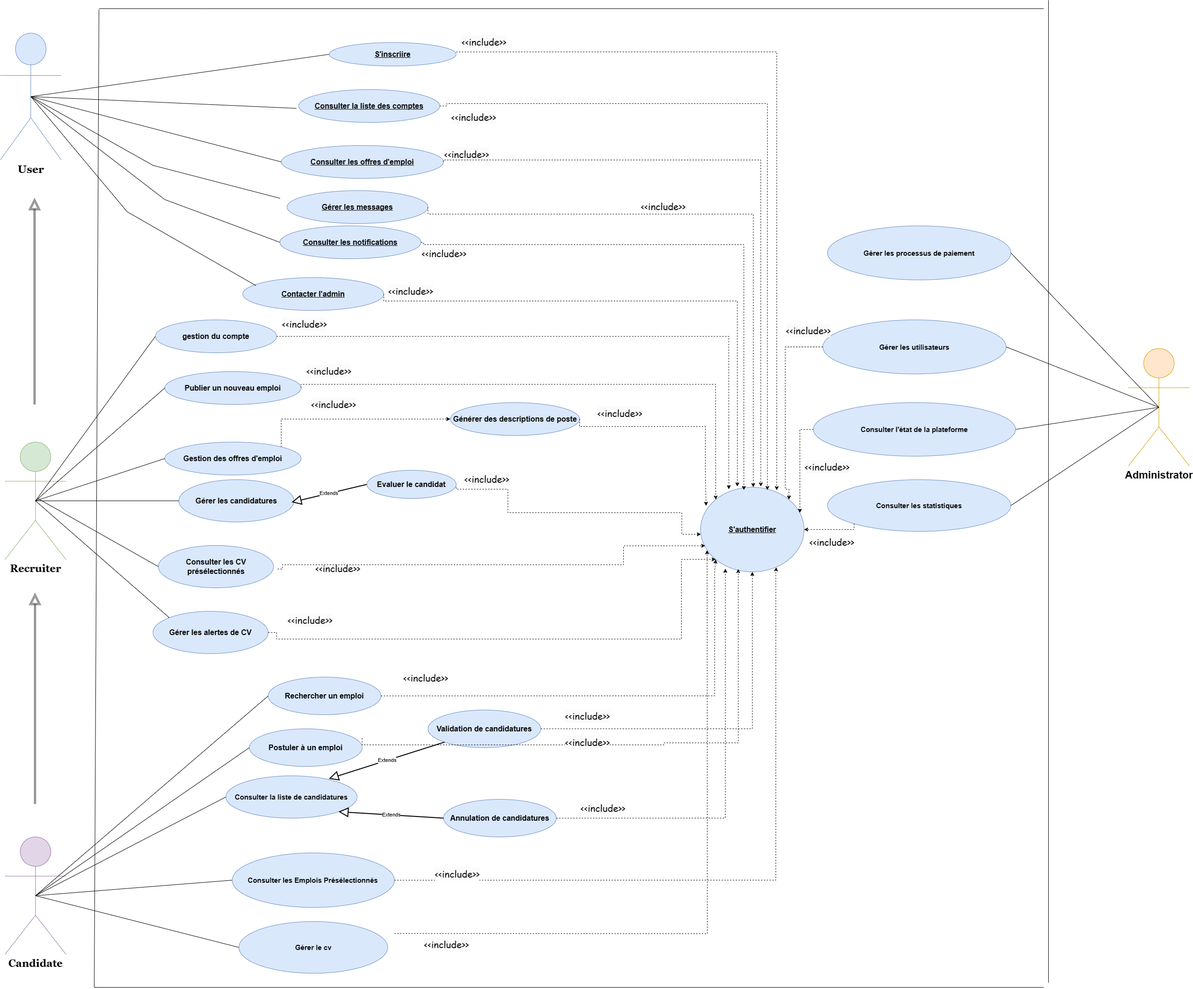
Above: Diagramme cas d'utilisation.drawio.png in chirine1/-project (draw.io), before the change. Source tidied: cells renumbered, new cells last; positions are measured from the earlier drawing's top-left corner, leaving out a move shared by most shapes.
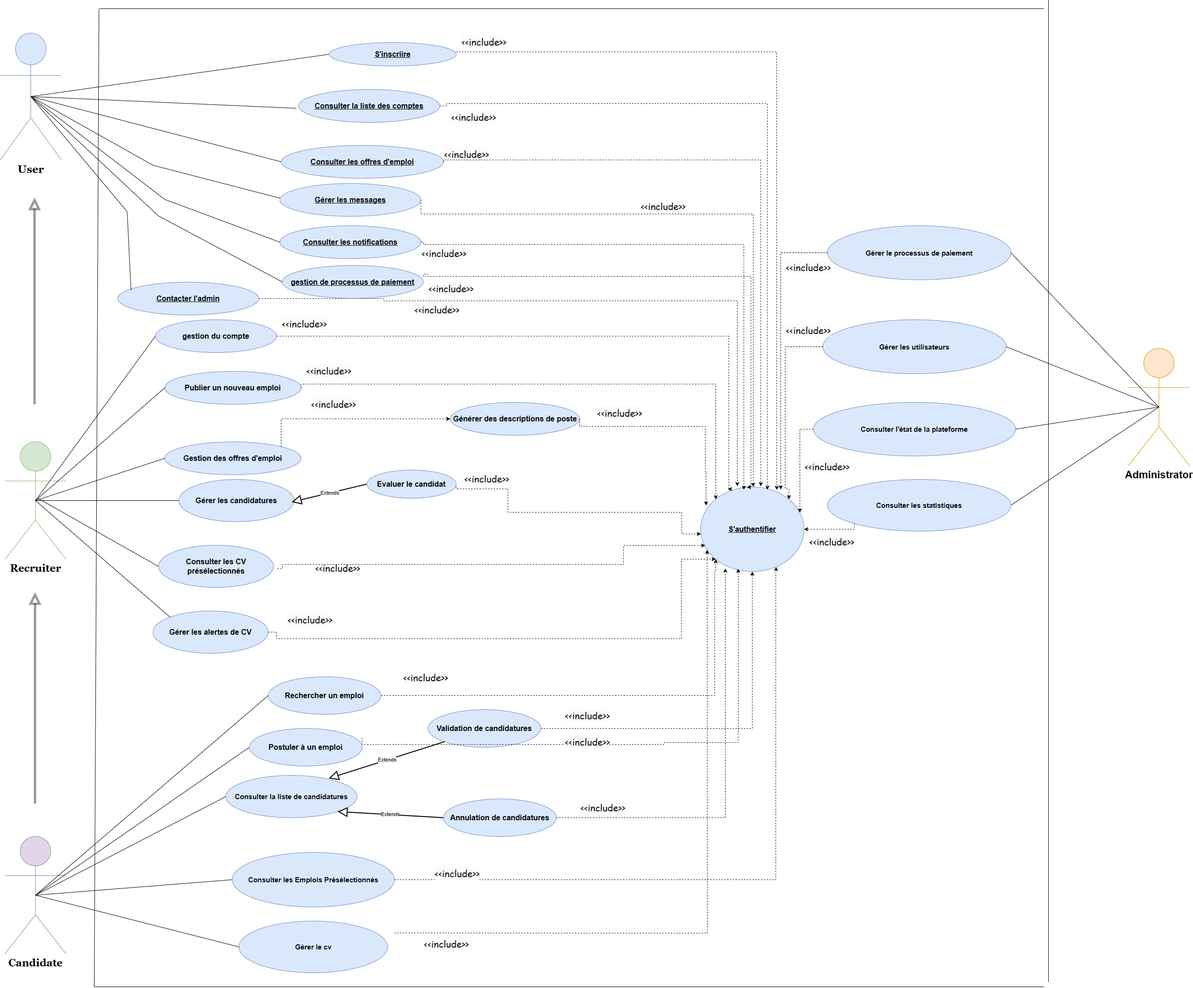
After the change.

Commit message:
Mettre à jour Diagramme cas d'utilisation.drawio.png

The edit, as a diff of the source:
```diff
@@ -188,13 +188,13 @@
       <mxGeometry x="598" y="309" width="345" height="70" as="geometry" />
     </mxCell>
     <mxCell id="43" value="&lt;font face=&quot;Helvetica&quot; style=&quot;font-size: 16px;&quot;&gt;&lt;b style=&quot;&quot;&gt;Gérer les messages&lt;/b&gt;&lt;/font&gt;" style="ellipse;whiteSpace=wrap;html=1;align=center;fontStyle=4;fillColor=#dae8fc;strokeColor=#6c8ebf;" parent="1" vertex="1">
-      <mxGeometry x="610" y="405" width="300" height="70" as="geometry" />
+      <mxGeometry x="595" y="390" width="300" height="70" as="geometry" />
     </mxCell>
     <mxCell id="44" value="&lt;font face=&quot;Helvetica&quot; style=&quot;font-size: 16px;&quot;&gt;&lt;b style=&quot;&quot;&gt;Consulter les notifications&lt;/b&gt;&lt;/font&gt;" style="ellipse;whiteSpace=wrap;html=1;align=center;fontStyle=4;fillColor=#dae8fc;strokeColor=#6c8ebf;" parent="1" vertex="1">
       <mxGeometry x="595" y="480" width="300" height="70" as="geometry" />
     </mxCell>
     <mxCell id="45" value="&lt;font face=&quot;Helvetica&quot; style=&quot;font-size: 16px;&quot;&gt;&lt;b style=&quot;&quot;&gt;Contacter l'admin&lt;/b&gt;&lt;/font&gt;" style="ellipse;whiteSpace=wrap;html=1;align=center;fontStyle=4;fillColor=#dae8fc;strokeColor=#6c8ebf;" parent="1" vertex="1">
-      <mxGeometry x="516" y="590" width="300" height="70" as="geometry" />
+      <mxGeometry x="250" y="600" width="300" height="70" as="geometry" />
     </mxCell>
     <mxCell id="46" value="&lt;span style=&quot;font-size: 16px;&quot;&gt;&lt;b&gt;Consulter les CV présélectionnés&lt;/b&gt;&lt;/span&gt;" style="ellipse;whiteSpace=wrap;html=1;fillColor=#dae8fc;strokeColor=#6c8ebf;" parent="1" vertex="1">
       <mxGeometry x="336.5" y="1160" width="245" height="90" as="geometry" />
@@ -337,7 +337,7 @@
       </mxGeometry>
     </mxCell>
     <mxCell id="71" value="&lt;span style=&quot;color: rgb(0, 0, 0); font-family: &amp;quot;Comic Sans MS&amp;quot;; font-size: 20px; font-style: normal; font-variant-ligatures: normal; font-variant-caps: normal; font-weight: 400; letter-spacing: normal; orphans: 2; text-align: center; text-indent: 0px; text-transform: none; widows: 2; word-spacing: 0px; -webkit-text-stroke-width: 0px; background-color: rgb(251, 251, 251); text-decoration-thickness: initial; text-decoration-style: initial; text-decoration-color: initial; float: none; display: inline !important;&quot;&gt;&amp;lt;&amp;lt;include&amp;gt;&amp;gt;&lt;/span&gt;" style="text;whiteSpace=wrap;html=1;" parent="1" vertex="1">
-      <mxGeometry x="824.2" y="600" width="130" height="50" as="geometry" />
+      <mxGeometry x="880" y="640" width="130" height="50" as="geometry" />
     </mxCell>
     <mxCell id="72" value="&lt;span style=&quot;color: rgb(0, 0, 0); font-family: &amp;quot;Comic Sans MS&amp;quot;; font-size: 20px; font-style: normal; font-variant-ligatures: normal; font-variant-caps: normal; font-weight: 400; letter-spacing: normal; orphans: 2; text-align: center; text-indent: 0px; text-transform: none; widows: 2; word-spacing: 0px; -webkit-text-stroke-width: 0px; background-color: rgb(251, 251, 251); text-decoration-thickness: initial; text-decoration-style: initial; text-decoration-color: initial; float: none; display: inline !important;&quot;&gt;&amp;lt;&amp;lt;include&amp;gt;&amp;gt;&lt;/span&gt;" style="text;whiteSpace=wrap;html=1;" parent="1" vertex="1">
       <mxGeometry x="895" y="520" width="130" height="50" as="geometry" />
@@ -474,11 +474,42 @@
     <mxCell id="106" value="&#10;&lt;span style=&quot;color: rgb(0, 0, 0); font-family: &amp;quot;Comic Sans MS&amp;quot;; font-size: 20px; font-style: normal; font-variant-ligatures: normal; font-variant-caps: normal; font-weight: 400; letter-spacing: normal; orphans: 2; text-align: center; text-indent: 0px; text-transform: none; widows: 2; word-spacing: 0px; -webkit-text-stroke-width: 0px; background-color: rgb(251, 251, 251); text-decoration-thickness: initial; text-decoration-style: initial; text-decoration-color: initial; float: none; display: inline !important;&quot;&gt;&amp;lt;&amp;lt;include&amp;gt;&amp;gt;&lt;/span&gt;&#10;&#10;" style="text;whiteSpace=wrap;html=1;" parent="1" vertex="1">
       <mxGeometry x="1710" y="960" width="110" height="50" as="geometry" />
     </mxCell>
-    <mxCell id="107" value="&lt;b&gt;&lt;font style=&quot;font-size: 15px;&quot;&gt;Gérer les processus de paiement&lt;/font&gt;&lt;/b&gt;" style="ellipse;whiteSpace=wrap;html=1;align=center;fillColor=#dae8fc;strokeColor=#6c8ebf;" parent="1" vertex="1">
+    <mxCell id="107" value="&lt;b&gt;&lt;font style=&quot;font-size: 15px;&quot;&gt;Gérer le processus de paiement&lt;/font&gt;&lt;/b&gt;" style="ellipse;whiteSpace=wrap;html=1;align=center;fillColor=#dae8fc;strokeColor=#6c8ebf;" parent="1" vertex="1">
       <mxGeometry x="1760" y="480" width="390" height="115" as="geometry" />
     </mxCell>
     <mxCell id="108" style="endArrow=none;html=1;rounded=0;entryX=0.5;entryY=0.5;entryDx=0;entryDy=0;exitX=1;exitY=0.5;exitDx=0;exitDy=0;entryPerimeter=0;" parent="1" edge="1" source="107" target="23">
       <mxGeometry relative="1" as="geometry" />
     </mxCell>
+    <mxCell id="109" value="&lt;font face=&quot;Helvetica&quot; style=&quot;font-size: 16px;&quot;&gt;&lt;b style=&quot;&quot;&gt;gestion de processus de paiement&lt;/b&gt;&lt;/font&gt;" style="ellipse;whiteSpace=wrap;html=1;align=center;fontStyle=4;fillColor=#dae8fc;strokeColor=#6c8ebf;" parent="1" vertex="1">
+      <mxGeometry x="600" y="564.5" width="300" height="70" as="geometry" />
+    </mxCell>
+    <mxCell id="110" style="endArrow=none;html=1;rounded=0;entryX=0;entryY=0.5;entryDx=0;entryDy=0;" parent="1" edge="1" target="109">
+      <mxGeometry relative="1" as="geometry">
+        <mxPoint x="70" y="210" as="sourcePoint" />
+        <Array as="points">
+          <mxPoint x="336.5" y="459" />
+        </Array>
+      </mxGeometry>
+    </mxCell>
+    <mxCell id="111" style="edgeStyle=orthogonalEdgeStyle;rounded=0;jettySize=auto;html=1;exitX=1;exitY=0.5;exitDx=0;exitDy=0;dashed=1;entryX=0.447;entryY=0.002;entryDx=0;entryDy=0;entryPerimeter=0;" parent="1" edge="1" target="19">
+      <mxGeometry relative="1" as="geometry">
+        <mxPoint x="910" y="583" as="sourcePoint" />
+        <Array as="points">
+          <mxPoint x="900" y="583" />
+          <mxPoint x="900" y="588" />
+          <mxPoint x="1597" y="588" />
+          <mxPoint x="1597" y="1036" />
+        </Array>
+      </mxGeometry>
+    </mxCell>
+    <mxCell id="112" value="&lt;span style=&quot;color: rgb(0, 0, 0); font-family: &amp;quot;Comic Sans MS&amp;quot;; font-size: 20px; font-style: normal; font-variant-ligatures: normal; font-variant-caps: normal; font-weight: 400; letter-spacing: normal; orphans: 2; text-align: center; text-indent: 0px; text-transform: none; widows: 2; word-spacing: 0px; -webkit-text-stroke-width: 0px; background-color: rgb(251, 251, 251); text-decoration-thickness: initial; text-decoration-style: initial; text-decoration-color: initial; float: none; display: inline !important;&quot;&gt;&amp;lt;&amp;lt;include&amp;gt;&amp;gt;&lt;/span&gt;" style="text;whiteSpace=wrap;html=1;" parent="1" vertex="1">
+      <mxGeometry x="910" y="595" width="130" height="50" as="geometry" />
+    </mxCell>
+    <mxCell id="113" style="edgeStyle=orthogonalEdgeStyle;rounded=0;jettySize=auto;html=1;exitX=0;exitY=0.5;exitDx=0;exitDy=0;entryX=0.774;entryY=0.031;entryDx=0;entryDy=0;entryPerimeter=0;dashed=1;" parent="1" edge="1" source="107" target="19">
+      <mxGeometry relative="1" as="geometry" />
+    </mxCell>
+    <mxCell id="114" value="&lt;span style=&quot;color: rgb(0, 0, 0); font-family: &amp;quot;Comic Sans MS&amp;quot;; font-size: 20px; font-style: normal; font-variant-ligatures: normal; font-variant-caps: normal; font-weight: 400; letter-spacing: normal; orphans: 2; text-align: center; text-indent: 0px; text-transform: none; widows: 2; word-spacing: 0px; -webkit-text-stroke-width: 0px; background-color: rgb(251, 251, 251); text-decoration-thickness: initial; text-decoration-style: initial; text-decoration-color: initial; float: none; display: inline !important;&quot;&gt;&amp;lt;&amp;lt;include&amp;gt;&amp;gt;&lt;/span&gt;" style="text;whiteSpace=wrap;html=1;" parent="1" vertex="1">
+      <mxGeometry x="1670" y="550" width="130" height="50" as="geometry" />
+    </mxCell>
   </root>
 </mxGraphModel>
```
